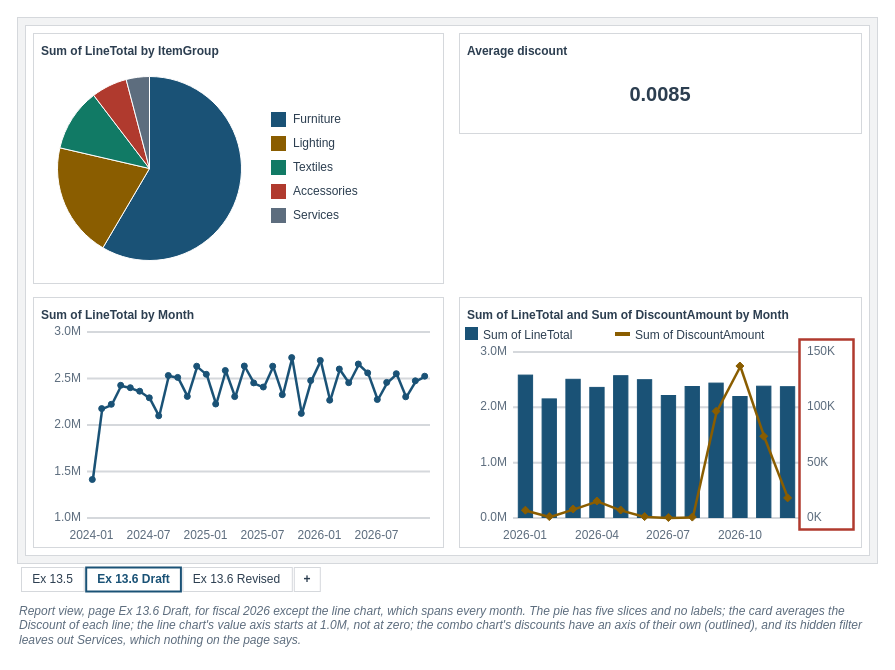
This is facts/instructor/figures/chapter-13-power-bi-essentials/IF-13-6-A.drawio from mmcodesso/Accounting_Analytics_Book, a draw.io file, before an edit. Source tidied: cells renumbered, new cells numbered last; positions are measured from the earlier drawing's top-left corner, leaving out a move shared by most shapes. Both pictures are drawn from the tidied source at 100%, with x=0, y=0 at pixel (17, 17).
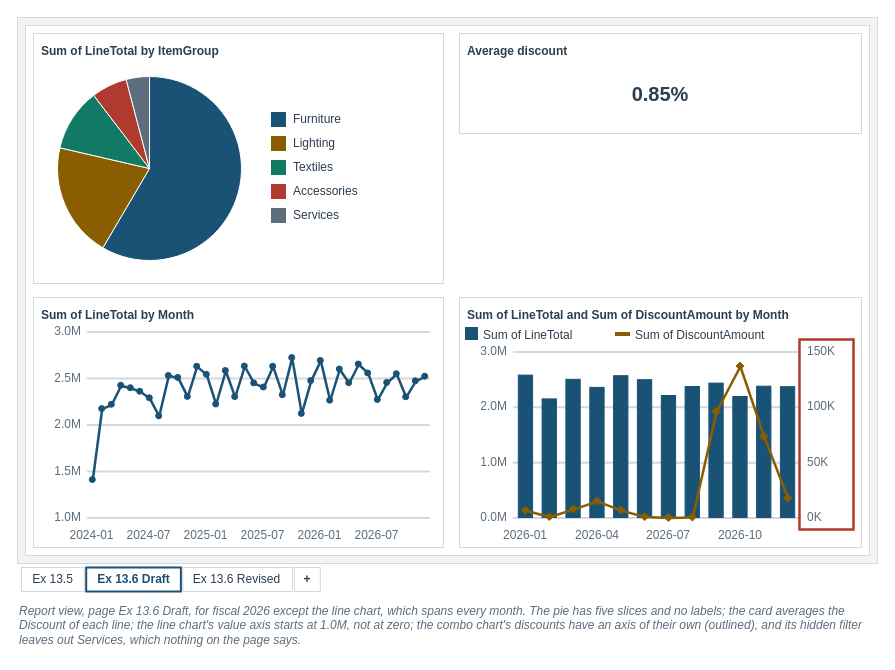
Above is the later version.

Change to the diagram source:
```diff
@@
-    <mxCell id="24" value="&lt;b&gt;0.0085&lt;/b&gt;" style="text;html=1;whiteSpace=wrap;align=center;verticalAlign=middle;fontSize=20;fontColor=#2C3E50;fontStyle=0;fontFamily=Helvetica;spacing=2;fillColor=none;strokeColor=none;" parent="1" vertex="1">
+    <mxCell id="24" value="&lt;b&gt;0.85%&lt;/b&gt;" style="text;html=1;whiteSpace=wrap;align=center;verticalAlign=middle;fontSize=20;fontColor=#2C3E50;fontStyle=0;fontFamily=Helvetica;spacing=2;fillColor=none;strokeColor=none;" parent="1" vertex="1">
       <mxGeometry x="448" y="42" width="390" height="68" as="geometry" />
     </mxCell>
```
